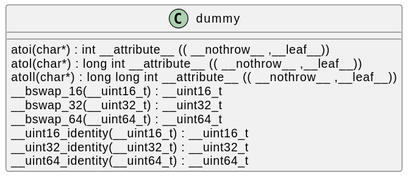
The PlantUML diagram docs/qc/crypto/thread/arch.c.svg in qualitesys/openssl, before a commit.
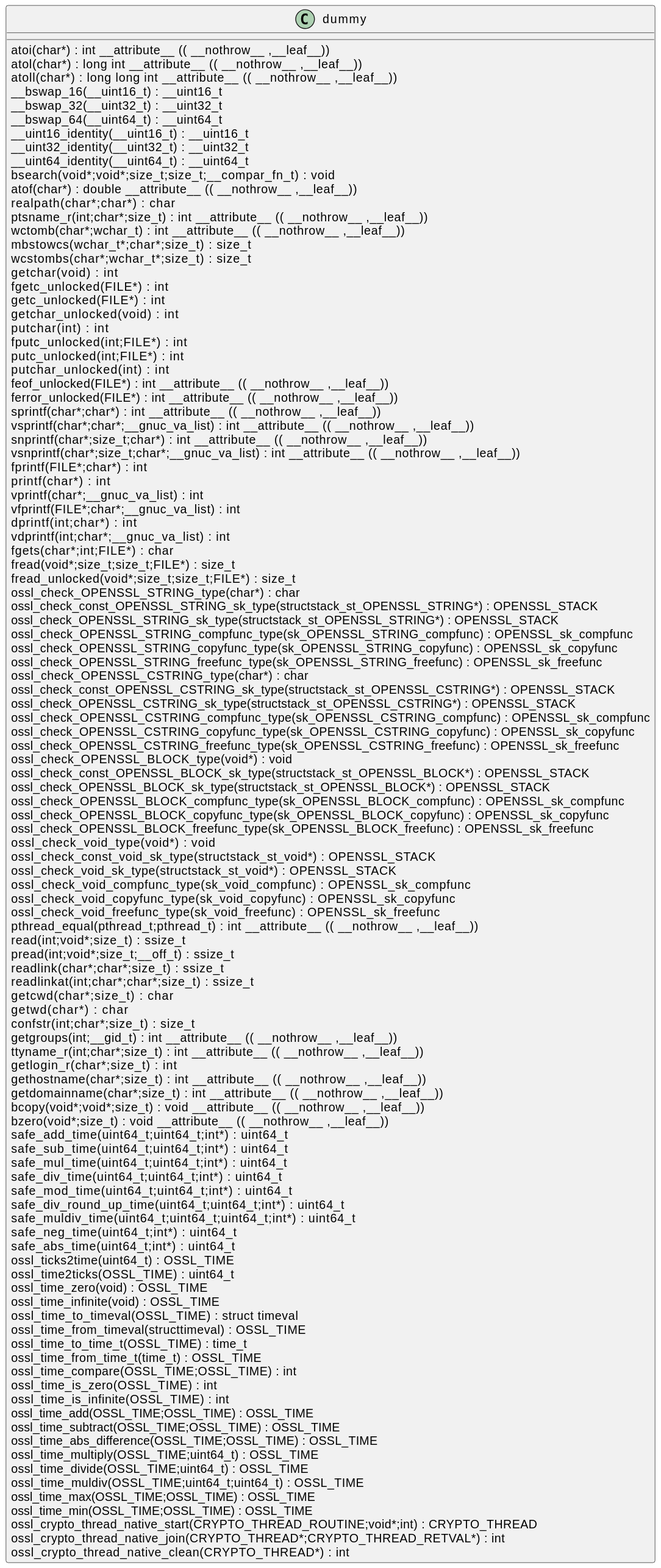
After the change.

Diff of the diagram source:
```diff
@@ -10,5 +10,105 @@
 __uint16_identity(__uint16_t) : __uint16_t [[[./../../.././qc/crypto/thread/arch.c.html#721]]]
 __uint32_identity(__uint32_t) : __uint32_t [[[./../../.././qc/crypto/thread/arch.c.html#727]]]
 __uint64_identity(__uint64_t) : __uint64_t [[[./../../.././qc/crypto/thread/arch.c.html#733]]]
+bsearch(void*;void*;size_t;size_t;__compar_fn_t) :  void  [[[./../../.././qc/crypto/thread/arch.c.html#1417]]]
+atof(char*) :  double  __attribute__ (( __nothrow__ ,__leaf__)) [[[./../../.././qc/crypto/thread/arch.c.html#1]]]
+realpath(char*;char*) :  char  [[[./../../.././qc/crypto/thread/arch.c.html#1]]]
+ptsname_r(int;char*;size_t) :  int  __attribute__ (( __nothrow__ ,__leaf__)) [[[./../../.././qc/crypto/thread/arch.c.html#1]]]
+wctomb(char*;wchar_t) :  int  __attribute__ (( __nothrow__ ,__leaf__)) [[[./../../.././qc/crypto/thread/arch.c.html#1]]]
+mbstowcs(wchar_t*;char*;size_t) : size_t [[[./../../.././qc/crypto/thread/arch.c.html#1]]]
+wcstombs(char*;wchar_t*;size_t) : size_t [[[./../../.././qc/crypto/thread/arch.c.html#1]]]
+getchar(void) :  int  [[[./../../.././qc/crypto/thread/arch.c.html#1]]]
+fgetc_unlocked(FILE*) :  int  [[[./../../.././qc/crypto/thread/arch.c.html#1]]]
+getc_unlocked(FILE*) :  int  [[[./../../.././qc/crypto/thread/arch.c.html#1]]]
+getchar_unlocked(void) :  int  [[[./../../.././qc/crypto/thread/arch.c.html#1]]]
+putchar(int) :  int  [[[./../../.././qc/crypto/thread/arch.c.html#1]]]
+fputc_unlocked(int;FILE*) :  int  [[[./../../.././qc/crypto/thread/arch.c.html#1]]]
+putc_unlocked(int;FILE*) :  int  [[[./../../.././qc/crypto/thread/arch.c.html#1]]]
+putchar_unlocked(int) :  int  [[[./../../.././qc/crypto/thread/arch.c.html#1]]]
+feof_unlocked(FILE*) :  int  __attribute__ (( __nothrow__ ,__leaf__)) [[[./../../.././qc/crypto/thread/arch.c.html#1]]]
+ferror_unlocked(FILE*) :  int  __attribute__ (( __nothrow__ ,__leaf__)) [[[./../../.././qc/crypto/thread/arch.c.html#1]]]
+sprintf(char*;char*) :  int  __attribute__ (( __nothrow__ ,__leaf__)) [[[./../../.././qc/crypto/thread/arch.c.html#1]]]
+vsprintf(char*;char*;__gnuc_va_list) :  int  __attribute__ (( __nothrow__ ,__leaf__)) [[[./../../.././qc/crypto/thread/arch.c.html#1]]]
+snprintf(char*;size_t;char*) :  int  __attribute__ (( __nothrow__ ,__leaf__)) [[[./../../.././qc/crypto/thread/arch.c.html#1]]]
+vsnprintf(char*;size_t;char*;__gnuc_va_list) :  int  __attribute__ (( __nothrow__ ,__leaf__)) [[[./../../.././qc/crypto/thread/arch.c.html#1]]]
+fprintf(FILE*;char*) :  int  [[[./../../.././qc/crypto/thread/arch.c.html#1]]]
+printf(char*) :  int  [[[./../../.././qc/crypto/thread/arch.c.html#1]]]
+vprintf(char*;__gnuc_va_list) :  int  [[[./../../.././qc/crypto/thread/arch.c.html#1]]]
+vfprintf(FILE*;char*;__gnuc_va_list) :  int  [[[./../../.././qc/crypto/thread/arch.c.html#1]]]
+dprintf(int;char*) :  int  [[[./../../.././qc/crypto/thread/arch.c.html#1]]]
+vdprintf(int;char*;__gnuc_va_list) :  int  [[[./../../.././qc/crypto/thread/arch.c.html#1]]]
+fgets(char*;int;FILE*) :  char  [[[./../../.././qc/crypto/thread/arch.c.html#1]]]
+fread(void*;size_t;size_t;FILE*) : size_t [[[./../../.././qc/crypto/thread/arch.c.html#1]]]
+fread_unlocked(void*;size_t;size_t;FILE*) : size_t [[[./../../.././qc/crypto/thread/arch.c.html#1]]]
+ossl_check_OPENSSL_STRING_type(char*) :  char  [[[./../../.././qc/crypto/thread/arch.c.html#1]]]
+ossl_check_const_OPENSSL_STRING_sk_type(structstack_st_OPENSSL_STRING*) : OPENSSL_STACK [[[./../../.././qc/crypto/thread/arch.c.html#1]]]
+ossl_check_OPENSSL_STRING_sk_type(structstack_st_OPENSSL_STRING*) : OPENSSL_STACK [[[./../../.././qc/crypto/thread/arch.c.html#1]]]
+ossl_check_OPENSSL_STRING_compfunc_type(sk_OPENSSL_STRING_compfunc) : OPENSSL_sk_compfunc [[[./../../.././qc/crypto/thread/arch.c.html#1]]]
+ossl_check_OPENSSL_STRING_copyfunc_type(sk_OPENSSL_STRING_copyfunc) : OPENSSL_sk_copyfunc [[[./../../.././qc/crypto/thread/arch.c.html#1]]]
+ossl_check_OPENSSL_STRING_freefunc_type(sk_OPENSSL_STRING_freefunc) : OPENSSL_sk_freefunc [[[./../../.././qc/crypto/thread/arch.c.html#1]]]
+ossl_check_OPENSSL_CSTRING_type(char*) :  char  [[[./../../.././qc/crypto/thread/arch.c.html#1]]]
+ossl_check_const_OPENSSL_CSTRING_sk_type(structstack_st_OPENSSL_CSTRING*) : OPENSSL_STACK [[[./../../.././qc/crypto/thread/arch.c.html#1]]]
+ossl_check_OPENSSL_CSTRING_sk_type(structstack_st_OPENSSL_CSTRING*) : OPENSSL_STACK [[[./../../.././qc/crypto/thread/arch.c.html#1]]]
+ossl_check_OPENSSL_CSTRING_compfunc_type(sk_OPENSSL_CSTRING_compfunc) : OPENSSL_sk_compfunc [[[./../../.././qc/crypto/thread/arch.c.html#1]]]
+ossl_check_OPENSSL_CSTRING_copyfunc_type(sk_OPENSSL_CSTRING_copyfunc) : OPENSSL_sk_copyfunc [[[./../../.././qc/crypto/thread/arch.c.html#1]]]
+ossl_check_OPENSSL_CSTRING_freefunc_type(sk_OPENSSL_CSTRING_freefunc) : OPENSSL_sk_freefunc [[[./../../.././qc/crypto/thread/arch.c.html#1]]]
+ossl_check_OPENSSL_BLOCK_type(void*) :  void  [[[./../../.././qc/crypto/thread/arch.c.html#1]]]
+ossl_check_const_OPENSSL_BLOCK_sk_type(structstack_st_OPENSSL_BLOCK*) : OPENSSL_STACK [[[./../../.././qc/crypto/thread/arch.c.html#1]]]
+ossl_check_OPENSSL_BLOCK_sk_type(structstack_st_OPENSSL_BLOCK*) : OPENSSL_STACK [[[./../../.././qc/crypto/thread/arch.c.html#1]]]
+ossl_check_OPENSSL_BLOCK_compfunc_type(sk_OPENSSL_BLOCK_compfunc) : OPENSSL_sk_compfunc [[[./../../.././qc/crypto/thread/arch.c.html#1]]]
+ossl_check_OPENSSL_BLOCK_copyfunc_type(sk_OPENSSL_BLOCK_copyfunc) : OPENSSL_sk_copyfunc [[[./../../.././qc/crypto/thread/arch.c.html#1]]]
+ossl_check_OPENSSL_BLOCK_freefunc_type(sk_OPENSSL_BLOCK_freefunc) : OPENSSL_sk_freefunc [[[./../../.././qc/crypto/thread/arch.c.html#1]]]
+ossl_check_void_type(void*) :  void  [[[./../../.././qc/crypto/thread/arch.c.html#1]]]
+ossl_check_const_void_sk_type(structstack_st_void*) : OPENSSL_STACK [[[./../../.././qc/crypto/thread/arch.c.html#1]]]
+ossl_check_void_sk_type(structstack_st_void*) : OPENSSL_STACK [[[./../../.././qc/crypto/thread/arch.c.html#1]]]
+ossl_check_void_compfunc_type(sk_void_compfunc) : OPENSSL_sk_compfunc [[[./../../.././qc/crypto/thread/arch.c.html#1]]]
+ossl_check_void_copyfunc_type(sk_void_copyfunc) : OPENSSL_sk_copyfunc [[[./../../.././qc/crypto/thread/arch.c.html#1]]]
+ossl_check_void_freefunc_type(sk_void_freefunc) : OPENSSL_sk_freefunc [[[./../../.././qc/crypto/thread/arch.c.html#1]]]
+pthread_equal(pthread_t;pthread_t) :  int  __attribute__ (( __nothrow__ ,__leaf__)) [[[./../../.././qc/crypto/thread/arch.c.html#1]]]
+read(int;void*;size_t) : ssize_t [[[./../../.././qc/crypto/thread/arch.c.html#1]]]
+pread(int;void*;size_t;__off_t) : ssize_t [[[./../../.././qc/crypto/thread/arch.c.html#1]]]
+readlink(char*;char*;size_t) : ssize_t [[[./../../.././qc/crypto/thread/arch.c.html#1]]]
+readlinkat(int;char*;char*;size_t) : ssize_t [[[./../../.././qc/crypto/thread/arch.c.html#1]]]
+getcwd(char*;size_t) :  char  [[[./../../.././qc/crypto/thread/arch.c.html#1]]]
+getwd(char*) :  char  [[[./../../.././qc/crypto/thread/arch.c.html#1]]]
+confstr(int;char*;size_t) : size_t [[[./../../.././qc/crypto/thread/arch.c.html#1]]]
+getgroups(int;__gid_t) :  int  __attribute__ (( __nothrow__ ,__leaf__)) [[[./../../.././qc/crypto/thread/arch.c.html#1]]]
+ttyname_r(int;char*;size_t) :  int  __attribute__ (( __nothrow__ ,__leaf__)) [[[./../../.././qc/crypto/thread/arch.c.html#1]]]
+getlogin_r(char*;size_t) :  int  [[[./../../.././qc/crypto/thread/arch.c.html#1]]]
+gethostname(char*;size_t) :  int  __attribute__ (( __nothrow__ ,__leaf__)) [[[./../../.././qc/crypto/thread/arch.c.html#1]]]
+getdomainname(char*;size_t) :  int  __attribute__ (( __nothrow__ ,__leaf__)) [[[./../../.././qc/crypto/thread/arch.c.html#1]]]
+bcopy(void*;void*;size_t) :  void  __attribute__ (( __nothrow__ ,__leaf__)) [[[./../../.././qc/crypto/thread/arch.c.html#1]]]
+bzero(void*;size_t) :  void  __attribute__ (( __nothrow__ ,__leaf__)) [[[./../../.././qc/crypto/thread/arch.c.html#1]]]
+safe_add_time(uint64_t;uint64_t;int*) : uint64_t [[[./../../.././qc/crypto/thread/arch.c.html#1]]]
+safe_sub_time(uint64_t;uint64_t;int*) : uint64_t [[[./../../.././qc/crypto/thread/arch.c.html#1]]]
+safe_mul_time(uint64_t;uint64_t;int*) : uint64_t [[[./../../.././qc/crypto/thread/arch.c.html#1]]]
+safe_div_time(uint64_t;uint64_t;int*) : uint64_t [[[./../../.././qc/crypto/thread/arch.c.html#1]]]
+safe_mod_time(uint64_t;uint64_t;int*) : uint64_t [[[./../../.././qc/crypto/thread/arch.c.html#1]]]
+safe_div_round_up_time(uint64_t;uint64_t;int*) : uint64_t [[[./../../.././qc/crypto/thread/arch.c.html#1]]]
+safe_muldiv_time(uint64_t;uint64_t;uint64_t;int*) : uint64_t [[[./../../.././qc/crypto/thread/arch.c.html#1]]]
+safe_neg_time(uint64_t;int*) : uint64_t [[[./../../.././qc/crypto/thread/arch.c.html#1]]]
+safe_abs_time(uint64_t;int*) : uint64_t [[[./../../.././qc/crypto/thread/arch.c.html#1]]]
+ossl_ticks2time(uint64_t) : OSSL_TIME [[[./../../.././qc/crypto/thread/arch.c.html#1]]]
+ossl_time2ticks(OSSL_TIME) : uint64_t [[[./../../.././qc/crypto/thread/arch.c.html#1]]]
+ossl_time_zero(void) : OSSL_TIME [[[./../../.././qc/crypto/thread/arch.c.html#1]]]
+ossl_time_infinite(void) : OSSL_TIME [[[./../../.././qc/crypto/thread/arch.c.html#1]]]
+ossl_time_to_timeval(OSSL_TIME) :  struct timeval [[[./../../.././qc/crypto/thread/arch.c.html#1]]]
+ossl_time_from_timeval(structtimeval) : OSSL_TIME [[[./../../.././qc/crypto/thread/arch.c.html#1]]]
+ossl_time_to_time_t(OSSL_TIME) : time_t [[[./../../.././qc/crypto/thread/arch.c.html#1]]]
+ossl_time_from_time_t(time_t) : OSSL_TIME [[[./../../.././qc/crypto/thread/arch.c.html#1]]]
+ossl_time_compare(OSSL_TIME;OSSL_TIME) :  int  [[[./../../.././qc/crypto/thread/arch.c.html#1]]]
+ossl_time_is_zero(OSSL_TIME) :  int  [[[./../../.././qc/crypto/thread/arch.c.html#1]]]
+ossl_time_is_infinite(OSSL_TIME) :  int  [[[./../../.././qc/crypto/thread/arch.c.html#1]]]
+ossl_time_add(OSSL_TIME;OSSL_TIME) : OSSL_TIME [[[./../../.././qc/crypto/thread/arch.c.html#1]]]
+ossl_time_subtract(OSSL_TIME;OSSL_TIME) : OSSL_TIME [[[./../../.././qc/crypto/thread/arch.c.html#1]]]
+ossl_time_abs_difference(OSSL_TIME;OSSL_TIME) : OSSL_TIME [[[./../../.././qc/crypto/thread/arch.c.html#1]]]
+ossl_time_multiply(OSSL_TIME;uint64_t) : OSSL_TIME [[[./../../.././qc/crypto/thread/arch.c.html#1]]]
+ossl_time_divide(OSSL_TIME;uint64_t) : OSSL_TIME [[[./../../.././qc/crypto/thread/arch.c.html#1]]]
+ossl_time_muldiv(OSSL_TIME;uint64_t;uint64_t) : OSSL_TIME [[[./../../.././qc/crypto/thread/arch.c.html#1]]]
+ossl_time_max(OSSL_TIME;OSSL_TIME) : OSSL_TIME [[[./../../.././qc/crypto/thread/arch.c.html#1]]]
+ossl_time_min(OSSL_TIME;OSSL_TIME) : OSSL_TIME [[[./../../.././qc/crypto/thread/arch.c.html#1]]]
+ossl_crypto_thread_native_start(CRYPTO_THREAD_ROUTINE;void*;int) : CRYPTO_THREAD [[[./../../.././qc/crypto/thread/arch.c.html#1]]]
+ossl_crypto_thread_native_join(CRYPTO_THREAD*;CRYPTO_THREAD_RETVAL*) :  int  [[[./../../.././qc/crypto/thread/arch.c.html#1]]]
+ossl_crypto_thread_native_clean(CRYPTO_THREAD*) :  int  [[[./../../.././qc/crypto/thread/arch.c.html#1]]]
 }
 @enduml
```
